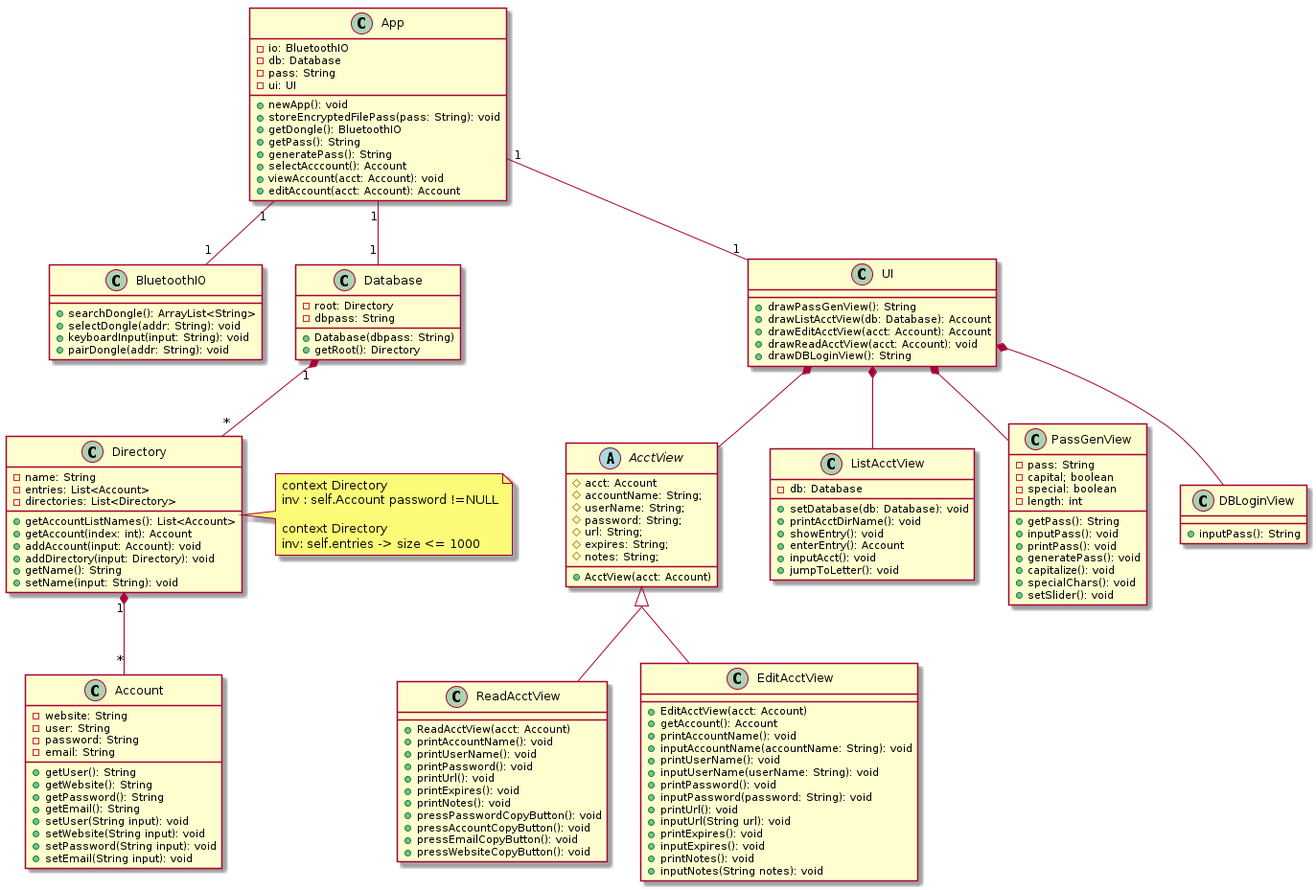
gentmantan/cen4010groupproject keeps this PlantUML diagram as docs/diag/group/class1.png. Above is the earlier version.
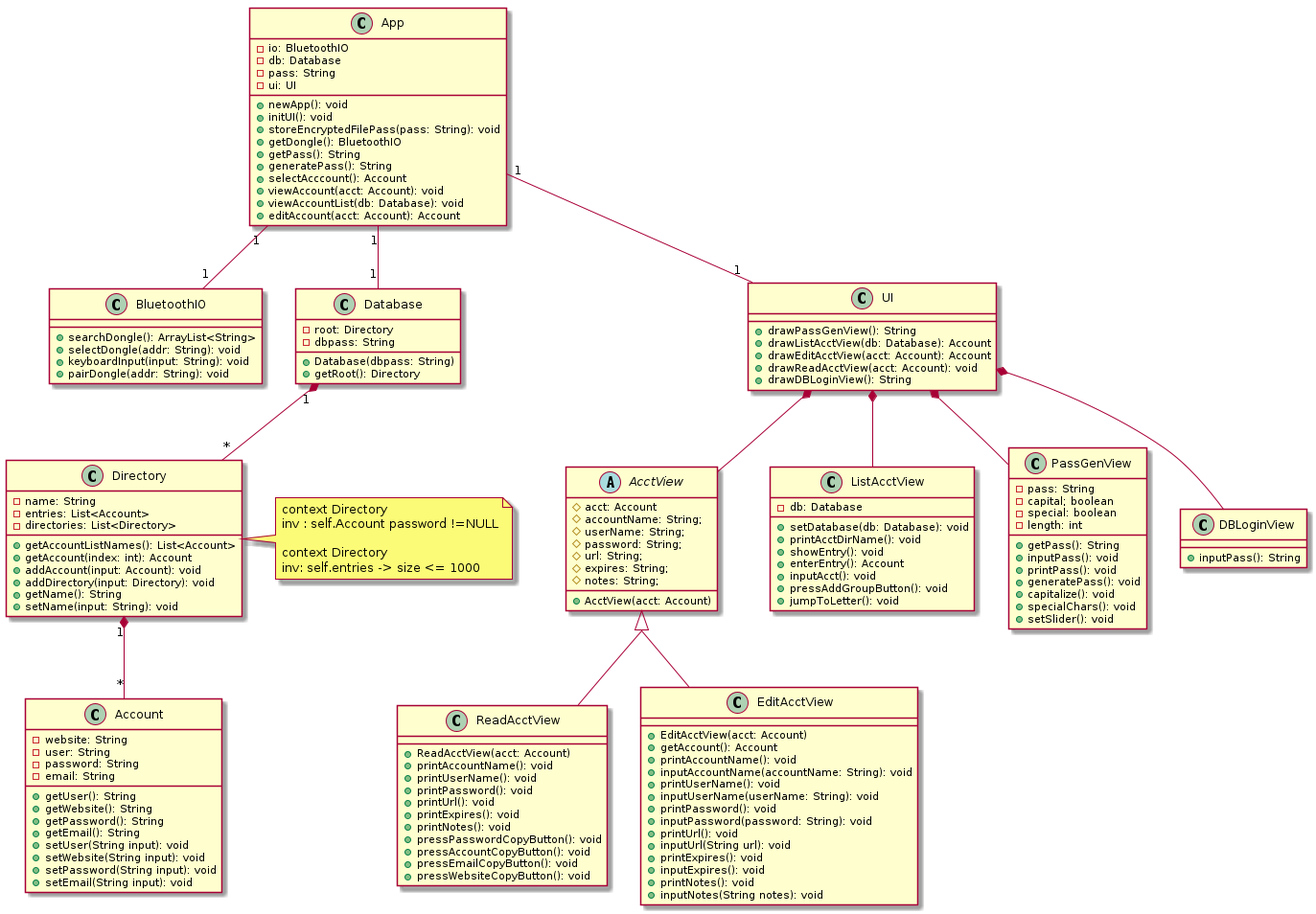
After the commit.

Commit message:
Update class diagram

The edit, as a diff of the source:
```diff
@@ -7,12 +7,14 @@
   -pass: String
   -ui: UI
   +newApp(): void
+  +initUI(): void
   +storeEncryptedFilePass(pass: String): void
   +getDongle(): BluetoothIO
   +getPass(): String
   +generatePass(): String
   +selectAcccount(): Account
   +viewAccount(acct: Account): void
+  +viewAccountList(db: Database): void
   +editAccount(acct: Account): Account
 }
 
@@ -83,6 +85,7 @@
       +showEntry(): void
       +enterEntry(): Account
       +inputAcct(): void
+      +pressAddGroupButton(): void
       +jumpToLetter(): void
     }
 
```
